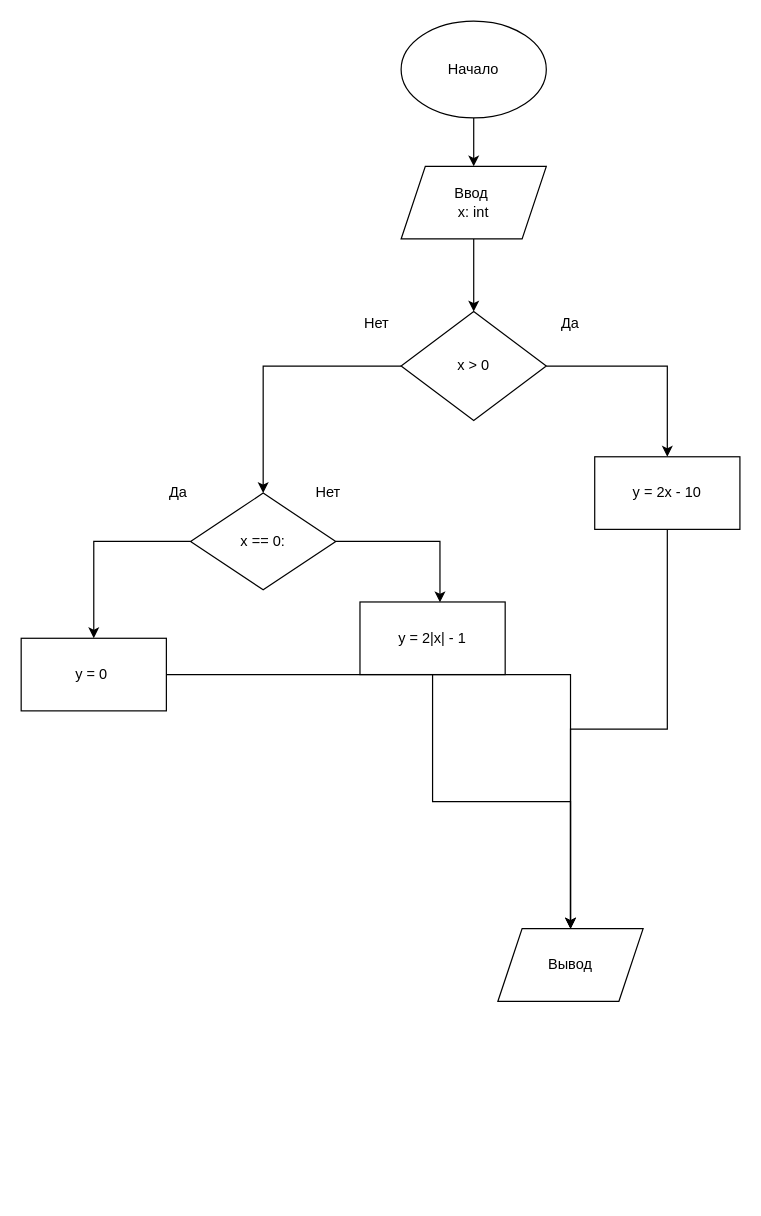
This is Untitled Diagram.drawio from DavidRomanovizc/Diagrams, a draw.io file, before an edit. Source tidied: cells renumbered, new cells numbered last; positions are measured from the earlier drawing's top-left corner, leaving out a move shared by most shapes. Both pictures are drawn from the tidied source at 121%, with x=0, y=0 at pixel (21, 21).
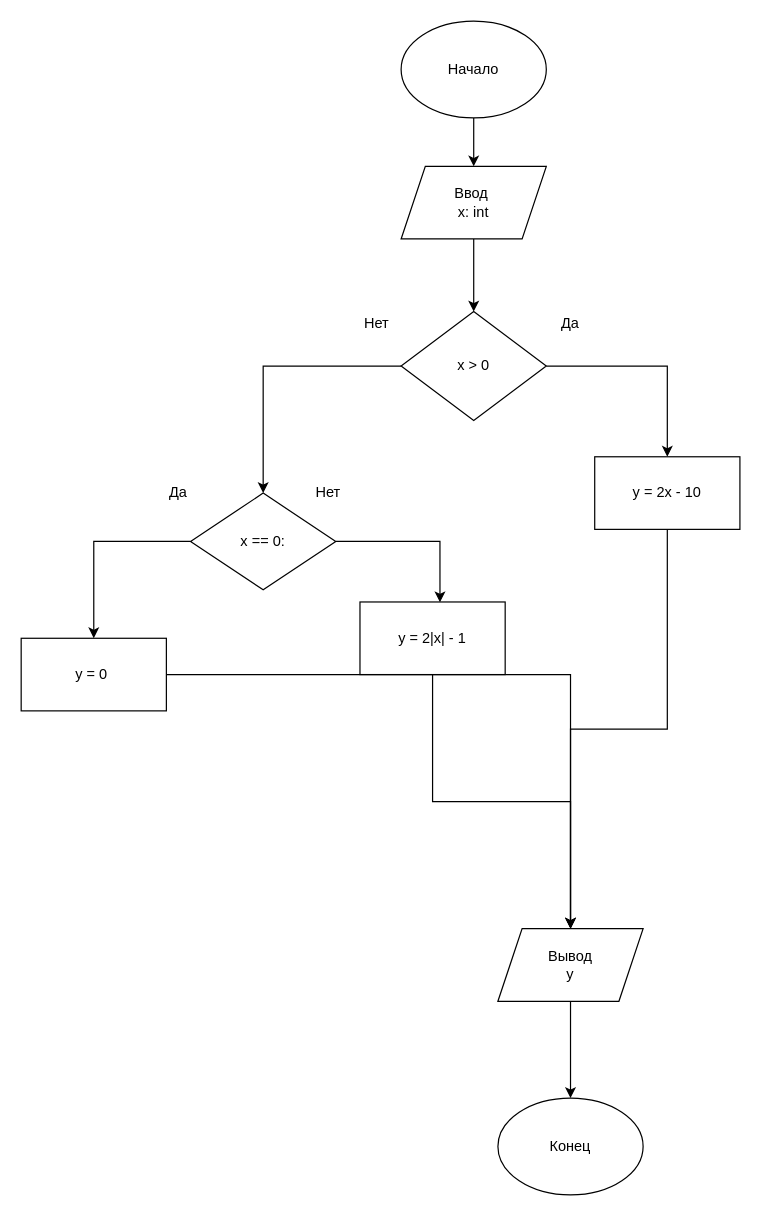
After the change.

The edit, as a diff of the source:
```diff
@@
+    <mxCell id="24" style="edgeStyle=orthogonalEdgeStyle;rounded=0;jettySize=auto;html=1;entryX=0.5;entryY=0;entryDx=0;entryDy=0;" parent="1" edge="1" source="23" target="25">
+      <mxGeometry relative="1" as="geometry" />
+    </mxCell>
-    <mxCell id="23" value="Вывод" style="shape=parallelogram;perimeter=parallelogramPerimeter;whiteSpace=wrap;html=1;fixedSize=1;" parent="1" vertex="1">
+    <mxCell id="23" value="Вывод&lt;br&gt;y" style="shape=parallelogram;perimeter=parallelogramPerimeter;whiteSpace=wrap;html=1;fixedSize=1;" parent="1" vertex="1">
       <mxGeometry x="394" y="750" width="120" height="60" as="geometry" />
     </mxCell>
+    <mxCell id="25" style="ellipse;whiteSpace=wrap;html=1;" parent="1" vertex="1">
+      <mxGeometry x="394" y="890" width="120" height="80" as="geometry" />
+    </mxCell>
+    <mxCell id="26" value="Конец" style="text;html=1;strokeColor=none;fillColor=none;align=center;verticalAlign=middle;whiteSpace=wrap;rounded=0;" parent="1" vertex="1">
+      <mxGeometry x="434" y="920" width="40" height="20" as="geometry" />
+    </mxCell>
```
